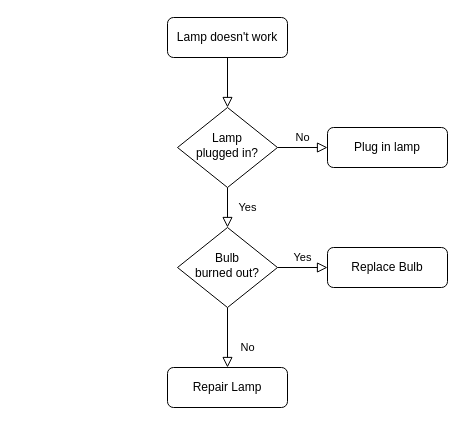
The draw.io diagram 未命名绘图.drawio in Gl985/hello-world, before the edit. Source tidied: cells renumbered, new cells numbered last; positions are measured from the earlier drawing's top-left corner, leaving out a move shared by most shapes. Both pictures are drawn from the tidied source at 100%, with x=0, y=0 at pixel (167, 17).
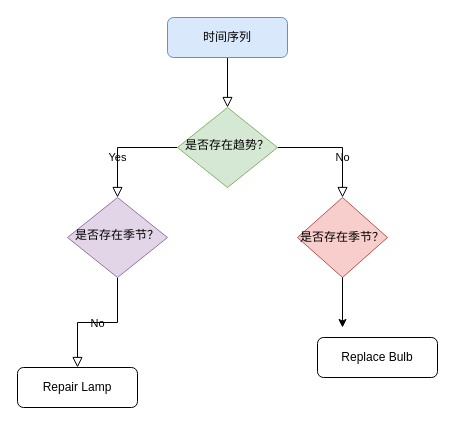
The same page after the edit.

What changed in the source:
```diff
@@
 <mxGraphModel>
   <root>
     <mxCell id="0" />
     <mxCell id="1" parent="0" />
     <mxCell id="2" style="rounded=0;html=1;jettySize=auto;fontSize=11;endArrow=block;endFill=0;endSize=8;strokeWidth=1;shadow=0;labelBackgroundColor=none;edgeStyle=orthogonalEdgeStyle;" parent="1" edge="1" source="3" target="6">
       <mxGeometry relative="1" as="geometry" />
     </mxCell>
-    <mxCell id="3" value="Lamp doesn't work" style="rounded=1;whiteSpace=wrap;html=1;fontSize=12;glass=0;strokeWidth=1;shadow=0;" parent="1" vertex="1">
+    <mxCell id="3" value="时间序列" style="rounded=1;whiteSpace=wrap;html=1;fontSize=12;glass=0;strokeWidth=1;shadow=0;fillColor=#dae8fc;strokeColor=#6c8ebf;" parent="1" vertex="1">
       <mxGeometry width="120" height="40" as="geometry" />
     </mxCell>
     <mxCell id="4" value="Yes" style="rounded=0;html=1;jettySize=auto;fontSize=11;endArrow=block;endFill=0;endSize=8;strokeWidth=1;shadow=0;labelBackgroundColor=none;edgeStyle=orthogonalEdgeStyle;" parent="1" edge="1" source="6" target="10">
-      <mxGeometry y="20" relative="1" as="geometry" />
+      <mxGeometry x="0.27" relative="1" as="geometry" />
     </mxCell>
-    <mxCell id="5" value="No" style="edgeStyle=orthogonalEdgeStyle;rounded=0;html=1;jettySize=auto;fontSize=11;endArrow=block;endFill=0;endSize=8;strokeWidth=1;shadow=0;labelBackgroundColor=none;" parent="1" edge="1" source="6" target="7">
-      <mxGeometry y="10" relative="1" as="geometry" />
+    <mxCell id="5" value="No" style="edgeStyle=orthogonalEdgeStyle;rounded=0;html=1;jettySize=auto;fontSize=11;endArrow=block;endFill=0;endSize=8;strokeWidth=1;shadow=0;labelBackgroundColor=none;entryX=0.5;entryY=0;entryDx=0;entryDy=0;" parent="1" edge="1" source="6" target="13">
+      <mxGeometry x="0.3" relative="1" as="geometry" />
     </mxCell>
-    <mxCell id="6" value="Lamp&lt;br&gt;plugged in?" style="rhombus;whiteSpace=wrap;html=1;shadow=0;fontFamily=Helvetica;fontSize=12;align=center;strokeWidth=1;spacing=6;spacingTop=-4;" parent="1" vertex="1">
+    <mxCell id="6" value="是否存在趋势？" style="rhombus;whiteSpace=wrap;html=1;shadow=0;fontFamily=Helvetica;fontSize=12;align=center;strokeWidth=1;spacing=6;spacingTop=-4;fillColor=#d5e8d4;strokeColor=#82b366;" parent="1" vertex="1">
       <mxGeometry x="10" y="90" width="100" height="80" as="geometry" />
     </mxCell>
-    <mxCell id="7" value="Plug in lamp" style="rounded=1;whiteSpace=wrap;html=1;fontSize=12;glass=0;strokeWidth=1;shadow=0;" parent="1" vertex="1">
-      <mxGeometry x="160" y="110" width="120" height="40" as="geometry" />
-    </mxCell>
     <mxCell id="8" value="No" style="rounded=0;html=1;jettySize=auto;fontSize=11;endArrow=block;endFill=0;endSize=8;strokeWidth=1;shadow=0;labelBackgroundColor=none;edgeStyle=orthogonalEdgeStyle;" parent="1" edge="1" source="10" target="11">
       <mxGeometry x="0.33" y="20" relative="1" as="geometry" />
     </mxCell>
-    <mxCell id="9" value="Yes" style="edgeStyle=orthogonalEdgeStyle;rounded=0;html=1;jettySize=auto;fontSize=11;endArrow=block;endFill=0;endSize=8;strokeWidth=1;shadow=0;labelBackgroundColor=none;" parent="1" edge="1" source="10" target="12">
-      <mxGeometry y="10" relative="1" as="geometry" />
-    </mxCell>
-    <mxCell id="10" value="Bulb&lt;br&gt;burned out?" style="rhombus;whiteSpace=wrap;html=1;shadow=0;fontFamily=Helvetica;fontSize=12;align=center;strokeWidth=1;spacing=6;spacingTop=-4;" parent="1" vertex="1">
-      <mxGeometry x="10" y="210" width="100" height="80" as="geometry" />
+    <mxCell id="10" value="是否存在季节？" style="rhombus;whiteSpace=wrap;html=1;shadow=0;fontFamily=Helvetica;fontSize=12;align=center;strokeWidth=1;spacing=6;spacingTop=-4;fillColor=#e1d5e7;strokeColor=#9673a6;" parent="1" vertex="1">
+      <mxGeometry x="-100" y="180" width="100" height="80" as="geometry" />
     </mxCell>
     <mxCell id="11" value="Repair Lamp" style="rounded=1;whiteSpace=wrap;html=1;fontSize=12;glass=0;strokeWidth=1;shadow=0;" parent="1" vertex="1">
-      <mxGeometry y="350" width="120" height="40" as="geometry" />
+      <mxGeometry x="-150" y="350" width="120" height="40" as="geometry" />
     </mxCell>
     <mxCell id="12" value="Replace Bulb" style="rounded=1;whiteSpace=wrap;html=1;fontSize=12;glass=0;strokeWidth=1;shadow=0;" parent="1" vertex="1">
-      <mxGeometry x="160" y="230" width="120" height="40" as="geometry" />
+      <mxGeometry x="150" y="320" width="120" height="40" as="geometry" />
     </mxCell>
+    <mxCell id="13" value="是否存在季节？" style="rhombus;whiteSpace=wrap;html=1;fillColor=#f8cecc;strokeColor=#b85450;" parent="1" vertex="1">
+      <mxGeometry x="130" y="180" width="90" height="80" as="geometry" />
+    </mxCell>
+    <mxCell id="14" style="endArrow=classic;html=1;rounded=0;exitX=0.5;exitY=1;exitDx=0;exitDy=0;" parent="1" edge="1" source="13">
+      <mxGeometry relative="1" as="geometry">
+        <mxPoint x="175" y="310" as="targetPoint" />
+      </mxGeometry>
+    </mxCell>
   </root>
 </mxGraphModel>
```
